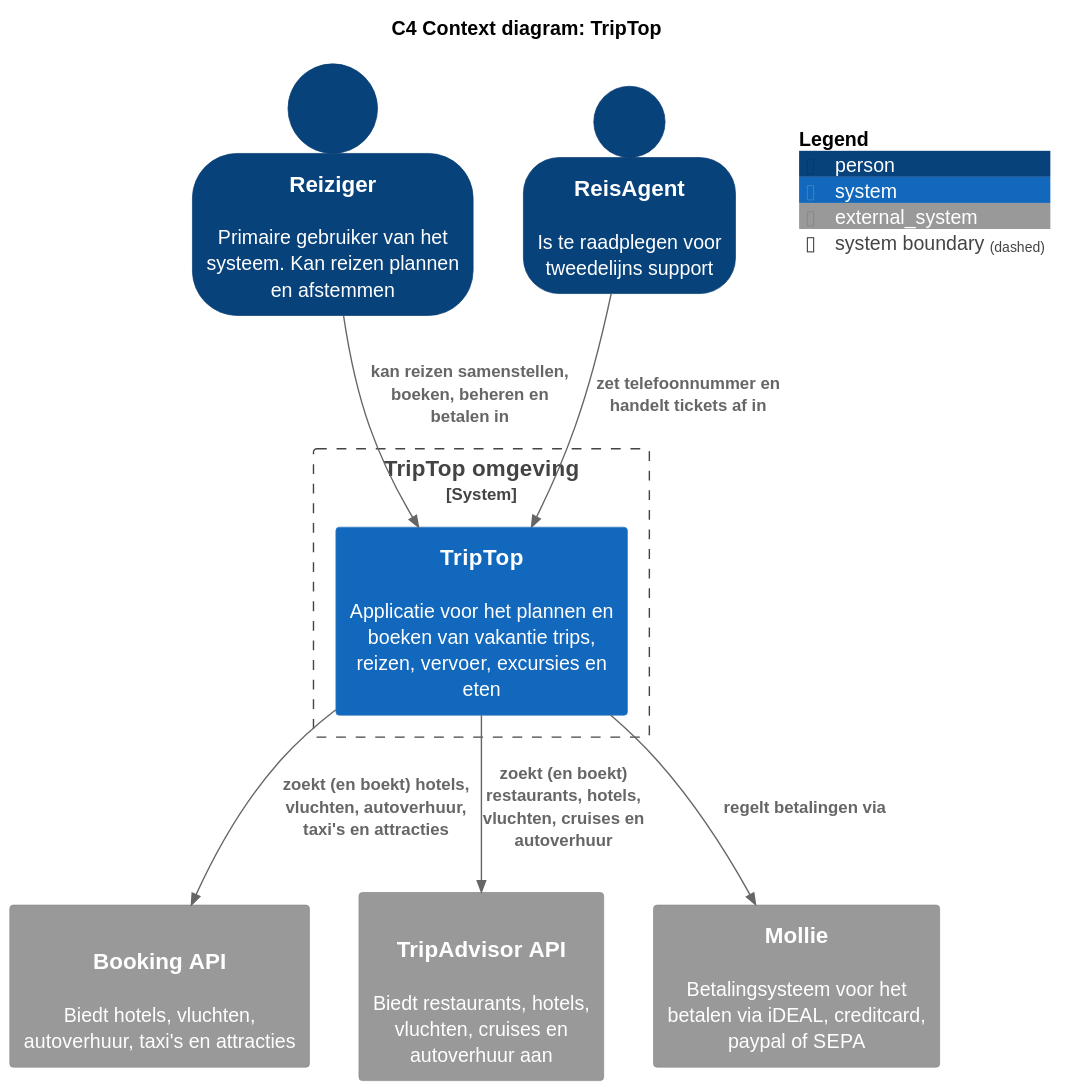
Before: software-guidebook/sgb-bestanden/context-diagram-C4_Context_diagram__TripTop.svg, a diagram exported from PlantUML (AIM-ENE-feb25/triptop-groep-4-jochem-roald-stijn-a).
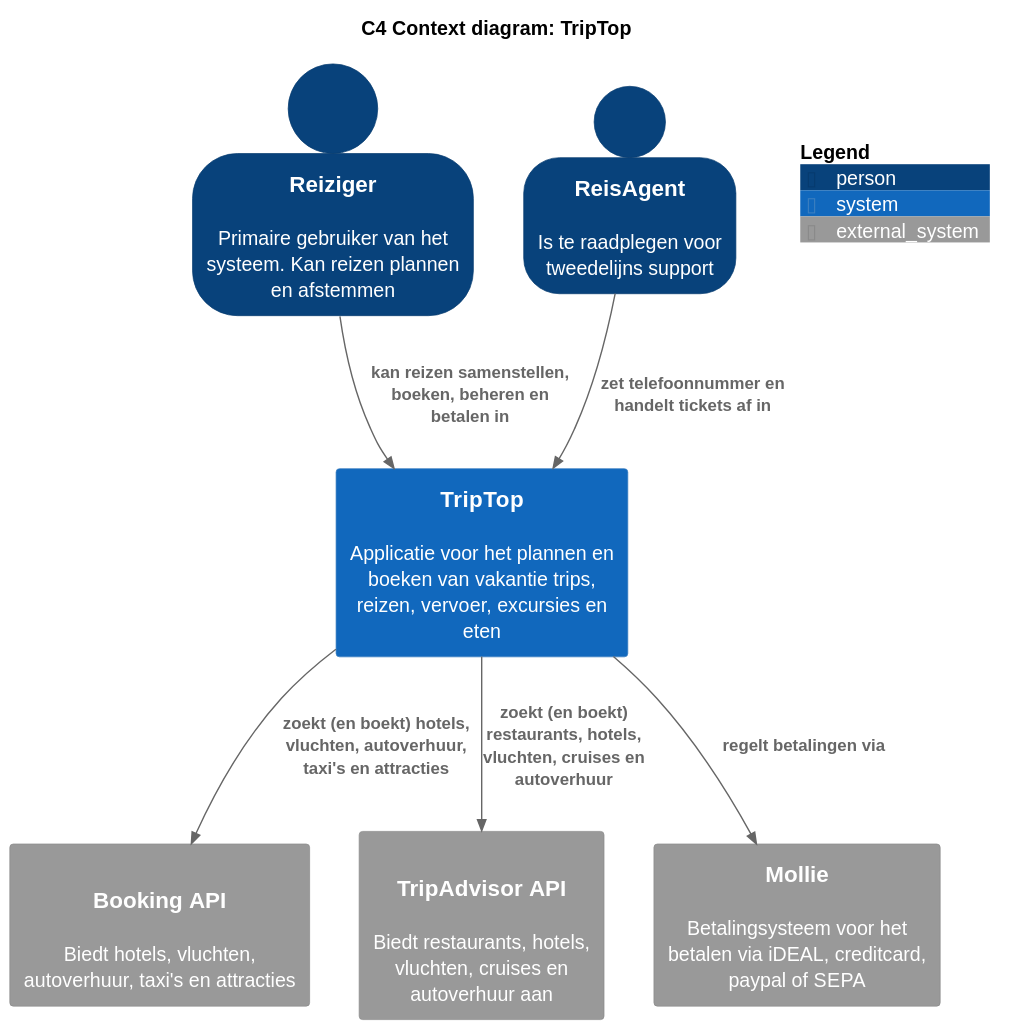
Later version of the same file.

Change to the diagram source:
```diff
@@ -1,6 +1,6 @@
 @startuml
 title C4 Context diagram: TripTop
-!include <C4/C4_Container.puml>
+!include <C4/C4_Context.puml>
 
 top to bottom direction
 
@@ -9,9 +9,7 @@
 Person(reiziger, "Reiziger", "Primaire gebruiker van het systeem. Kan reizen plannen en afstemmen")
 Person(reisagent, "ReisAgent", "Is te raadplegen voor tweedelijns support")
 
-System_Boundary(system, "TripTop omgeving") {
-    System(triptop, "TripTop", "Applicatie voor het plannen en boeken van vakantie trips, reizen, vervoer, excursies en eten")
-}
+System(triptop, "TripTop", "Applicatie voor het plannen en boeken van vakantie trips, reizen, vervoer, excursies en eten")
 
 System_Ext(booking, "Booking API", "Biedt hotels, vluchten, autoverhuur, taxi's en attracties", "REST")
 System_Ext(tripadvisor, "TripAdvisor API", "Biedt restaurants, hotels, vluchten, cruises en autoverhuur aan", "REST")
```
